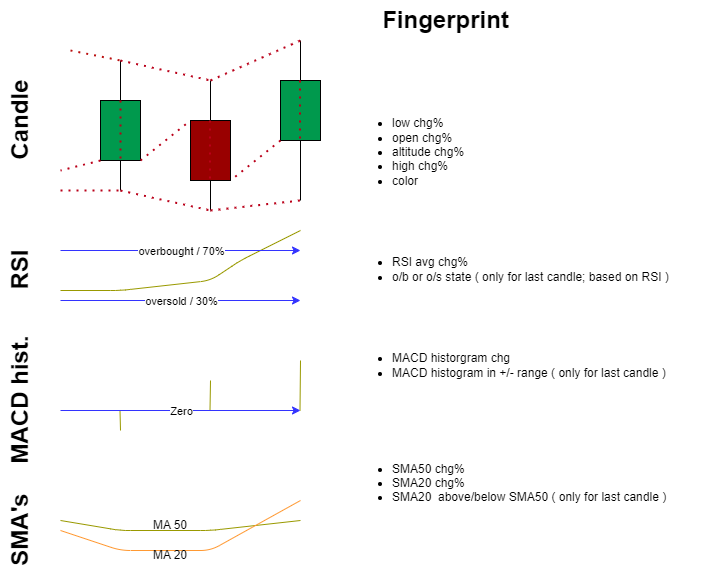
Above: fingerprint_factors.png in LallerH/Stock-Price-Forecast-Tool (draw.io), before the change. Source tidied: cells renumbered, new cells last; positions are measured from the earlier drawing's top-left corner, leaving out a move shared by most shapes. Source of this version:
```xml
<mxGraphModel>
  <root>
    <mxCell id="0" />
    <mxCell id="1" parent="0" />
    <mxCell id="2" style="rounded=0;whiteSpace=wrap;html=1;fillColor=#00994D;" parent="1" vertex="1">
      <mxGeometry x="130" y="100" width="40" height="60" as="geometry" />
    </mxCell>
    <mxCell id="3" style="endArrow=none;html=1;exitX=0.5;exitY=1;exitDx=0;exitDy=0;" parent="1" edge="1" source="2">
      <mxGeometry relative="1" as="geometry">
        <mxPoint x="150" y="190" as="targetPoint" />
      </mxGeometry>
    </mxCell>
    <mxCell id="4" style="endArrow=none;html=1;exitX=0.5;exitY=0;exitDx=0;exitDy=0;" parent="1" edge="1" source="2">
      <mxGeometry relative="1" as="geometry">
        <mxPoint x="150" y="60" as="targetPoint" />
      </mxGeometry>
    </mxCell>
    <mxCell id="5" style="rounded=0;whiteSpace=wrap;html=1;fillColor=#990000;" parent="1" vertex="1">
      <mxGeometry x="220" y="120" width="40" height="60" as="geometry" />
    </mxCell>
    <mxCell id="6" style="endArrow=none;html=1;exitX=0.5;exitY=1;exitDx=0;exitDy=0;" parent="1" edge="1" source="5">
      <mxGeometry relative="1" as="geometry">
        <mxPoint x="240" y="210" as="targetPoint" />
      </mxGeometry>
    </mxCell>
    <mxCell id="7" style="endArrow=none;html=1;exitX=0.5;exitY=0;exitDx=0;exitDy=0;" parent="1" edge="1" source="5">
      <mxGeometry relative="1" as="geometry">
        <mxPoint x="240" y="80" as="targetPoint" />
      </mxGeometry>
    </mxCell>
    <mxCell id="8" style="rounded=0;whiteSpace=wrap;html=1;fillColor=#00994D;" parent="1" vertex="1">
      <mxGeometry x="310" y="80" width="40" height="60" as="geometry" />
    </mxCell>
    <mxCell id="9" style="endArrow=none;html=1;exitX=0.5;exitY=1;exitDx=0;exitDy=0;" parent="1" edge="1" source="8">
      <mxGeometry relative="1" as="geometry">
        <mxPoint x="330" y="200" as="targetPoint" />
      </mxGeometry>
    </mxCell>
    <mxCell id="10" style="endArrow=none;html=1;exitX=0.5;exitY=0;exitDx=0;exitDy=0;" parent="1" edge="1" source="8">
      <mxGeometry relative="1" as="geometry">
        <mxPoint x="330" y="40" as="targetPoint" />
      </mxGeometry>
    </mxCell>
    <mxCell id="11" style="endArrow=none;dashed=1;html=1;dashPattern=1 3;strokeWidth=2;fillColor=#BF0208;strokeColor=#BA0F0F;" parent="1" edge="1">
      <mxGeometry relative="1" as="geometry">
        <mxPoint x="100" y="50" as="sourcePoint" />
        <mxPoint x="150" y="60" as="targetPoint" />
      </mxGeometry>
    </mxCell>
    <mxCell id="12" style="endArrow=none;dashed=1;html=1;dashPattern=1 3;strokeWidth=2;fillColor=#BF0208;strokeColor=#BA0019;" parent="1" edge="1">
      <mxGeometry relative="1" as="geometry">
        <mxPoint x="90" y="190" as="sourcePoint" />
        <mxPoint x="150" y="190" as="targetPoint" />
      </mxGeometry>
    </mxCell>
    <mxCell id="13" style="endArrow=none;dashed=1;html=1;dashPattern=1 3;strokeWidth=2;fillColor=#BF0208;strokeColor=#BA0019;" parent="1" edge="1">
      <mxGeometry relative="1" as="geometry">
        <mxPoint x="150" y="190" as="sourcePoint" />
        <mxPoint x="240" y="210" as="targetPoint" />
      </mxGeometry>
    </mxCell>
    <mxCell id="14" style="endArrow=none;dashed=1;html=1;dashPattern=1 3;strokeWidth=2;fillColor=#BF0208;strokeColor=#BA0019;" parent="1" edge="1">
      <mxGeometry relative="1" as="geometry">
        <mxPoint x="150" y="60" as="sourcePoint" />
        <mxPoint x="240" y="80" as="targetPoint" />
      </mxGeometry>
    </mxCell>
    <mxCell id="15" style="endArrow=none;dashed=1;html=1;dashPattern=1 3;strokeWidth=2;fillColor=#BF0208;strokeColor=#BA0019;" parent="1" edge="1">
      <mxGeometry relative="1" as="geometry">
        <mxPoint x="240" y="80" as="sourcePoint" />
        <mxPoint x="330" y="40" as="targetPoint" />
      </mxGeometry>
    </mxCell>
    <mxCell id="16" style="endArrow=none;dashed=1;html=1;dashPattern=1 3;strokeWidth=2;fillColor=#BF0208;strokeColor=#BA0019;" parent="1" edge="1">
      <mxGeometry relative="1" as="geometry">
        <mxPoint x="240" y="210" as="sourcePoint" />
        <mxPoint x="330" y="200" as="targetPoint" />
      </mxGeometry>
    </mxCell>
    <mxCell id="17" style="endArrow=none;dashed=1;html=1;dashPattern=1 3;strokeWidth=2;fillColor=#BF0208;strokeColor=#BA0019;exitX=1;exitY=1;exitDx=0;exitDy=0;entryX=0;entryY=0;entryDx=0;entryDy=0;" parent="1" edge="1" source="2" target="5">
      <mxGeometry relative="1" as="geometry" />
    </mxCell>
    <mxCell id="18" style="endArrow=none;dashed=1;html=1;dashPattern=1 3;strokeWidth=2;fillColor=#BF0208;strokeColor=#BA0019;exitX=0;exitY=1;exitDx=0;exitDy=0;entryX=1;entryY=1;entryDx=0;entryDy=0;" parent="1" edge="1" source="8" target="5">
      <mxGeometry relative="1" as="geometry" />
    </mxCell>
    <mxCell id="19" style="endArrow=none;dashed=1;html=1;dashPattern=1 3;strokeWidth=2;fillColor=#BF0208;strokeColor=#BA0019;exitX=0;exitY=1;exitDx=0;exitDy=0;" parent="1" edge="1" source="2">
      <mxGeometry relative="1" as="geometry">
        <mxPoint x="90" y="170" as="targetPoint" />
      </mxGeometry>
    </mxCell>
    <mxCell id="20" style="endArrow=none;dashed=1;html=1;dashPattern=1 3;strokeWidth=2;fillColor=#BF0208;strokeColor=#BA0019;exitX=0.5;exitY=0;exitDx=0;exitDy=0;entryX=0.5;entryY=1;entryDx=0;entryDy=0;" parent="1" edge="1" source="2" target="2">
      <mxGeometry relative="1" as="geometry" />
    </mxCell>
    <mxCell id="21" style="endArrow=none;dashed=1;html=1;dashPattern=1 3;strokeWidth=2;fillColor=#BF0208;strokeColor=#BA0019;exitX=0.5;exitY=0;exitDx=0;exitDy=0;entryX=0.5;entryY=1;entryDx=0;entryDy=0;" parent="1" edge="1">
      <mxGeometry relative="1" as="geometry">
        <mxPoint x="239.5" y="120" as="sourcePoint" />
        <mxPoint x="239.5" y="180" as="targetPoint" />
      </mxGeometry>
    </mxCell>
    <mxCell id="22" style="endArrow=none;dashed=1;html=1;dashPattern=1 3;strokeWidth=2;fillColor=#BF0208;strokeColor=#BA0019;exitX=0.5;exitY=0;exitDx=0;exitDy=0;entryX=0.5;entryY=1;entryDx=0;entryDy=0;" parent="1" edge="1">
      <mxGeometry relative="1" as="geometry">
        <mxPoint x="329.5" y="80" as="sourcePoint" />
        <mxPoint x="329.5" y="140" as="targetPoint" />
      </mxGeometry>
    </mxCell>
    <mxCell id="23" value="&lt;ul&gt;&lt;li&gt;low chg%&lt;/li&gt;&lt;li&gt;open chg%&lt;/li&gt;&lt;li&gt;altitude chg%&lt;/li&gt;&lt;li&gt;high chg%&lt;/li&gt;&lt;li&gt;color&lt;/li&gt;&lt;/ul&gt;&lt;div&gt;&lt;br&gt;&lt;/div&gt;&lt;div&gt;&lt;br&gt;&lt;/div&gt;&lt;div&gt;&lt;span style=&quot;&quot;&gt;&#9;&lt;/span&gt;&lt;br&gt;&lt;/div&gt;&lt;ul&gt;&lt;li&gt;RSI avg chg%&lt;/li&gt;&lt;li&gt;o/b or o/s state ( only for last candle; based on RSI )&lt;/li&gt;&lt;/ul&gt;&lt;div&gt;&lt;br&gt;&lt;/div&gt;&lt;div&gt;&lt;br&gt;&lt;/div&gt;&lt;div&gt;&lt;br&gt;&lt;/div&gt;&lt;div&gt;&lt;ul&gt;&lt;li&gt;MACD historgram chg&lt;/li&gt;&lt;li&gt;MACD histogram in +/- range ( only for last candle )&lt;/li&gt;&lt;/ul&gt;&lt;div&gt;&lt;br&gt;&lt;/div&gt;&lt;/div&gt;&lt;div&gt;&lt;br&gt;&lt;/div&gt;&lt;div&gt;&lt;br&gt;&lt;/div&gt;&lt;div&gt;&lt;br&gt;&lt;/div&gt;&lt;div&gt;&lt;ul&gt;&lt;li&gt;SMA50 chg%&lt;/li&gt;&lt;li&gt;SMA20 chg%&lt;/li&gt;&lt;li&gt;SMA20&amp;nbsp; above/below SMA50 ( only for last candle )&lt;/li&gt;&lt;/ul&gt;&lt;/div&gt;" style="text;strokeColor=none;fillColor=none;html=1;whiteSpace=wrap;verticalAlign=middle;overflow=hidden;" parent="1" vertex="1">
      <mxGeometry x="380" y="40" width="350" height="540" as="geometry" />
    </mxCell>
    <mxCell id="24" value="Fingerprint" style="text;strokeColor=none;fillColor=none;html=1;fontSize=24;fontStyle=1;verticalAlign=middle;align=center;" parent="1" vertex="1">
      <mxGeometry x="400" width="150" height="40" as="geometry" />
    </mxCell>
    <mxCell id="25" value="Candle" style="text;strokeColor=none;fillColor=none;html=1;fontSize=24;fontStyle=1;verticalAlign=middle;align=center;rotation=270;" parent="1" vertex="1">
      <mxGeometry y="100" width="100" height="40" as="geometry" />
    </mxCell>
    <mxCell id="26" value="RSI" style="text;strokeColor=none;fillColor=none;html=1;fontSize=24;fontStyle=1;verticalAlign=middle;align=center;rotation=270;" parent="1" vertex="1">
      <mxGeometry y="250" width="100" height="40" as="geometry" />
    </mxCell>
    <mxCell id="27" style="endArrow=none;html=1;strokeColor=#999900;" parent="1" edge="1">
      <mxGeometry relative="1" as="geometry">
        <mxPoint x="90" y="290" as="sourcePoint" />
        <mxPoint x="330" y="230" as="targetPoint" />
        <Array as="points">
          <mxPoint x="150" y="290" />
          <mxPoint x="240" y="280" />
          <mxPoint x="270" y="260" />
        </Array>
      </mxGeometry>
    </mxCell>
    <mxCell id="28" style="endArrow=classic;html=1;fillColor=#0000FF;strokeColor=#3333FF;" parent="1" edge="1">
      <mxGeometry relative="1" as="geometry">
        <mxPoint x="90" y="250" as="sourcePoint" />
        <mxPoint x="330" y="250" as="targetPoint" />
      </mxGeometry>
    </mxCell>
    <mxCell id="29" value="overbought / 70%" style="edgeLabel;html=1;align=center;verticalAlign=middle;strokeColor=#3333FF;" parent="28" vertex="1">
      <mxGeometry relative="1" as="geometry" />
    </mxCell>
    <mxCell id="30" style="endArrow=classic;html=1;strokeColor=#3333FF;fillColor=#3333FF;" parent="1" edge="1">
      <mxGeometry relative="1" as="geometry">
        <mxPoint x="90" y="300" as="sourcePoint" />
        <mxPoint x="330" y="300" as="targetPoint" />
      </mxGeometry>
    </mxCell>
    <mxCell id="31" value="oversold / 30%" style="edgeLabel;html=1;align=center;verticalAlign=middle;" parent="30" vertex="1">
      <mxGeometry relative="1" as="geometry" />
    </mxCell>
    <mxCell id="32" value="MACD hist." style="text;strokeColor=none;fillColor=none;html=1;fontSize=24;fontStyle=1;verticalAlign=middle;align=center;rotation=270;" parent="1" vertex="1">
      <mxGeometry x="10" y="380" width="80" height="40" as="geometry" />
    </mxCell>
    <mxCell id="33" style="endArrow=none;html=1;strokeColor=#999900;fillColor=#3333FF;" parent="1" edge="1">
      <mxGeometry relative="1" as="geometry">
        <mxPoint x="149.5" y="410" as="sourcePoint" />
        <mxPoint x="150" y="430" as="targetPoint" />
      </mxGeometry>
    </mxCell>
    <mxCell id="34" style="endArrow=none;html=1;strokeColor=#999900;fillColor=#3333FF;" parent="1" edge="1">
      <mxGeometry relative="1" as="geometry">
        <mxPoint x="239.5" y="410" as="sourcePoint" />
        <mxPoint x="240" y="380" as="targetPoint" />
      </mxGeometry>
    </mxCell>
    <mxCell id="35" style="endArrow=none;html=1;strokeColor=#999900;fillColor=#3333FF;" parent="1" edge="1">
      <mxGeometry relative="1" as="geometry">
        <mxPoint x="329.5" y="410" as="sourcePoint" />
        <mxPoint x="330" y="360" as="targetPoint" />
      </mxGeometry>
    </mxCell>
    <mxCell id="36" style="endArrow=classic;html=1;strokeColor=#3333FF;fillColor=#3333FF;" parent="1" edge="1">
      <mxGeometry relative="1" as="geometry">
        <mxPoint x="90" y="410" as="sourcePoint" />
        <mxPoint x="330" y="410" as="targetPoint" />
      </mxGeometry>
    </mxCell>
    <mxCell id="37" value="Zero" style="edgeLabel;html=1;align=center;verticalAlign=middle;strokeColor=#3333FF;" parent="36" vertex="1">
      <mxGeometry relative="1" as="geometry" />
    </mxCell>
    <mxCell id="38" value="SMA's" style="text;strokeColor=none;fillColor=none;html=1;fontSize=24;fontStyle=1;verticalAlign=middle;align=center;rotation=270;" parent="1" vertex="1">
      <mxGeometry y="510" width="100" height="40" as="geometry" />
    </mxCell>
    <mxCell id="39" style="endArrow=none;html=1;strokeColor=#999900;" parent="1" edge="1">
      <mxGeometry relative="1" as="geometry">
        <mxPoint x="90" y="520" as="sourcePoint" />
        <mxPoint x="330" y="520" as="targetPoint" />
        <Array as="points">
          <mxPoint x="150" y="530" />
          <mxPoint x="240" y="530" />
        </Array>
      </mxGeometry>
    </mxCell>
    <mxCell id="40" style="endArrow=none;html=1;strokeColor=#FF9933;" parent="1" edge="1">
      <mxGeometry relative="1" as="geometry">
        <mxPoint x="90" y="530" as="sourcePoint" />
        <mxPoint x="330" y="500" as="targetPoint" />
        <Array as="points">
          <mxPoint x="150" y="550" />
          <mxPoint x="240" y="550" />
        </Array>
      </mxGeometry>
    </mxCell>
    <mxCell id="41" value="MA 50" style="text;html=1;strokeColor=none;fillColor=none;align=center;verticalAlign=middle;whiteSpace=wrap;rounded=0;" parent="1" vertex="1">
      <mxGeometry x="170" y="510" width="60" height="30" as="geometry" />
    </mxCell>
    <mxCell id="42" value="MA 20" style="text;html=1;strokeColor=none;fillColor=none;align=center;verticalAlign=middle;whiteSpace=wrap;rounded=0;" parent="1" vertex="1">
      <mxGeometry x="170" y="540" width="60" height="30" as="geometry" />
    </mxCell>
  </root>
</mxGraphModel>
```
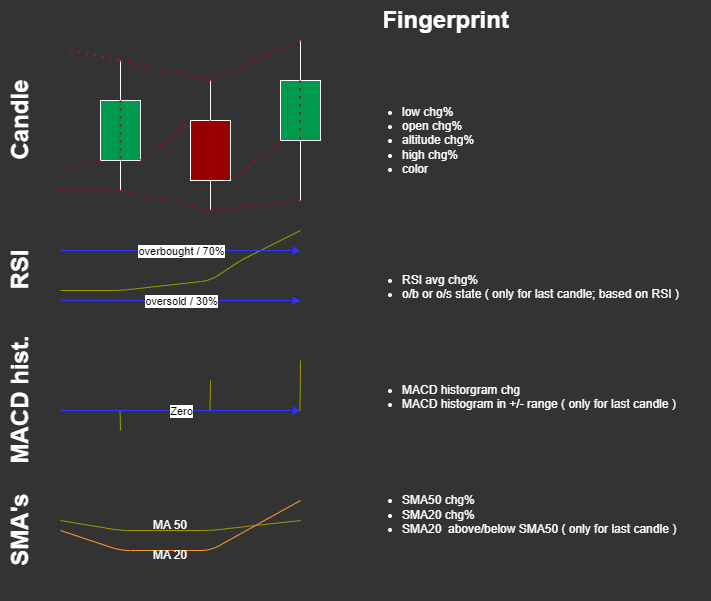
After the change.

The edit, as a diff of the source:
```diff
@@ -1,42 +1,42 @@
-<mxGraphModel>
+<mxGraphModel background="#333333">
   <root>
     <mxCell id="0" />
     <mxCell id="1" parent="0" />
-    <mxCell id="2" style="rounded=0;whiteSpace=wrap;html=1;fillColor=#00994D;" parent="1" vertex="1">
+    <mxCell id="2" style="rounded=0;whiteSpace=wrap;html=1;fillColor=#00994D;strokeColor=#FFFFFF;" parent="1" vertex="1">
       <mxGeometry x="130" y="100" width="40" height="60" as="geometry" />
     </mxCell>
-    <mxCell id="3" style="endArrow=none;html=1;exitX=0.5;exitY=1;exitDx=0;exitDy=0;" parent="1" edge="1" source="2">
+    <mxCell id="3" style="endArrow=none;html=1;exitX=0.5;exitY=1;exitDx=0;exitDy=0;strokeColor=#FFFFFF;" parent="1" edge="1" source="2">
       <mxGeometry relative="1" as="geometry">
         <mxPoint x="150" y="190" as="targetPoint" />
       </mxGeometry>
     </mxCell>
-    <mxCell id="4" style="endArrow=none;html=1;exitX=0.5;exitY=0;exitDx=0;exitDy=0;" parent="1" edge="1" source="2">
+    <mxCell id="4" style="endArrow=none;html=1;exitX=0.5;exitY=0;exitDx=0;exitDy=0;strokeColor=#FFFFFF;" parent="1" edge="1" source="2">
       <mxGeometry relative="1" as="geometry">
         <mxPoint x="150" y="60" as="targetPoint" />
       </mxGeometry>
     </mxCell>
-    <mxCell id="5" style="rounded=0;whiteSpace=wrap;html=1;fillColor=#990000;" parent="1" vertex="1">
+    <mxCell id="5" style="rounded=0;whiteSpace=wrap;html=1;fillColor=#990000;strokeColor=#FFFFFF;" parent="1" vertex="1">
       <mxGeometry x="220" y="120" width="40" height="60" as="geometry" />
     </mxCell>
-    <mxCell id="6" style="endArrow=none;html=1;exitX=0.5;exitY=1;exitDx=0;exitDy=0;" parent="1" edge="1" source="5">
+    <mxCell id="6" style="endArrow=none;html=1;exitX=0.5;exitY=1;exitDx=0;exitDy=0;strokeColor=#FFFFFF;" parent="1" edge="1" source="5">
       <mxGeometry relative="1" as="geometry">
         <mxPoint x="240" y="210" as="targetPoint" />
       </mxGeometry>
     </mxCell>
-    <mxCell id="7" style="endArrow=none;html=1;exitX=0.5;exitY=0;exitDx=0;exitDy=0;" parent="1" edge="1" source="5">
+    <mxCell id="7" style="endArrow=none;html=1;exitX=0.5;exitY=0;exitDx=0;exitDy=0;strokeColor=#FFFFFF;" parent="1" edge="1" source="5">
       <mxGeometry relative="1" as="geometry">
         <mxPoint x="240" y="80" as="targetPoint" />
       </mxGeometry>
     </mxCell>
-    <mxCell id="8" style="rounded=0;whiteSpace=wrap;html=1;fillColor=#00994D;" parent="1" vertex="1">
+    <mxCell id="8" style="rounded=0;whiteSpace=wrap;html=1;fillColor=#00994D;strokeColor=#FFFFFF;" parent="1" vertex="1">
       <mxGeometry x="310" y="80" width="40" height="60" as="geometry" />
     </mxCell>
-    <mxCell id="9" style="endArrow=none;html=1;exitX=0.5;exitY=1;exitDx=0;exitDy=0;" parent="1" edge="1" source="8">
+    <mxCell id="9" style="endArrow=none;html=1;exitX=0.5;exitY=1;exitDx=0;exitDy=0;strokeColor=#FFFFFF;" parent="1" edge="1" source="8">
       <mxGeometry relative="1" as="geometry">
         <mxPoint x="330" y="200" as="targetPoint" />
       </mxGeometry>
     </mxCell>
-    <mxCell id="10" style="endArrow=none;html=1;exitX=0.5;exitY=0;exitDx=0;exitDy=0;" parent="1" edge="1" source="8">
+    <mxCell id="10" style="endArrow=none;html=1;exitX=0.5;exitY=0;exitDx=0;exitDy=0;strokeColor=#FFFFFF;" parent="1" edge="1" source="8">
       <mxGeometry relative="1" as="geometry">
         <mxPoint x="330" y="40" as="targetPoint" />
       </mxGeometry>
@@ -103,16 +103,16 @@
         <mxPoint x="329.5" y="140" as="targetPoint" />
       </mxGeometry>
     </mxCell>
-    <mxCell id="23" value="&lt;ul&gt;&lt;li&gt;low chg%&lt;/li&gt;&lt;li&gt;open chg%&lt;/li&gt;&lt;li&gt;altitude chg%&lt;/li&gt;&lt;li&gt;high chg%&lt;/li&gt;&lt;li&gt;color&lt;/li&gt;&lt;/ul&gt;&lt;div&gt;&lt;br&gt;&lt;/div&gt;&lt;div&gt;&lt;br&gt;&lt;/div&gt;&lt;div&gt;&lt;span style=&quot;&quot;&gt;&#9;&lt;/span&gt;&lt;br&gt;&lt;/div&gt;&lt;ul&gt;&lt;li&gt;RSI avg chg%&lt;/li&gt;&lt;li&gt;o/b or o/s state ( only for last candle; based on RSI )&lt;/li&gt;&lt;/ul&gt;&lt;div&gt;&lt;br&gt;&lt;/div&gt;&lt;div&gt;&lt;br&gt;&lt;/div&gt;&lt;div&gt;&lt;br&gt;&lt;/div&gt;&lt;div&gt;&lt;ul&gt;&lt;li&gt;MACD historgram chg&lt;/li&gt;&lt;li&gt;MACD histogram in +/- range ( only for last candle )&lt;/li&gt;&lt;/ul&gt;&lt;div&gt;&lt;br&gt;&lt;/div&gt;&lt;/div&gt;&lt;div&gt;&lt;br&gt;&lt;/div&gt;&lt;div&gt;&lt;br&gt;&lt;/div&gt;&lt;div&gt;&lt;br&gt;&lt;/div&gt;&lt;div&gt;&lt;ul&gt;&lt;li&gt;SMA50 chg%&lt;/li&gt;&lt;li&gt;SMA20 chg%&lt;/li&gt;&lt;li&gt;SMA20&amp;nbsp; above/below SMA50 ( only for last candle )&lt;/li&gt;&lt;/ul&gt;&lt;/div&gt;" style="text;strokeColor=none;fillColor=none;html=1;whiteSpace=wrap;verticalAlign=middle;overflow=hidden;" parent="1" vertex="1">
-      <mxGeometry x="380" y="40" width="350" height="540" as="geometry" />
+    <mxCell id="23" value="&lt;ul&gt;&lt;li&gt;low chg%&lt;/li&gt;&lt;li&gt;open chg%&lt;/li&gt;&lt;li&gt;altitude chg%&lt;/li&gt;&lt;li&gt;high chg%&lt;/li&gt;&lt;li&gt;color&lt;/li&gt;&lt;/ul&gt;&lt;div&gt;&lt;br&gt;&lt;/div&gt;&lt;div&gt;&lt;br&gt;&lt;/div&gt;&lt;div&gt;&lt;br&gt;&lt;/div&gt;&lt;div&gt;&lt;br&gt;&lt;/div&gt;&lt;div&gt;&lt;span style=&quot;&quot;&gt;&#9;&lt;/span&gt;&lt;br&gt;&lt;/div&gt;&lt;ul&gt;&lt;li&gt;RSI avg chg%&lt;/li&gt;&lt;li&gt;o/b or o/s state ( only for last candle; based on RSI )&lt;/li&gt;&lt;/ul&gt;&lt;div&gt;&lt;br&gt;&lt;/div&gt;&lt;div&gt;&lt;br&gt;&lt;/div&gt;&lt;div&gt;&lt;br&gt;&lt;/div&gt;&lt;div&gt;&lt;br&gt;&lt;/div&gt;&lt;div&gt;&lt;ul&gt;&lt;li&gt;MACD historgram chg&lt;/li&gt;&lt;li&gt;MACD histogram in +/- range ( only for last candle )&lt;/li&gt;&lt;/ul&gt;&lt;div&gt;&lt;br&gt;&lt;/div&gt;&lt;/div&gt;&lt;div&gt;&lt;br&gt;&lt;/div&gt;&lt;div&gt;&lt;br&gt;&lt;/div&gt;&lt;div&gt;&lt;br&gt;&lt;/div&gt;&lt;div&gt;&lt;ul&gt;&lt;li&gt;SMA50 chg%&lt;/li&gt;&lt;li&gt;SMA20 chg%&lt;/li&gt;&lt;li&gt;SMA20&amp;nbsp; above/below SMA50 ( only for last candle )&lt;/li&gt;&lt;/ul&gt;&lt;/div&gt;" style="text;html=1;whiteSpace=wrap;verticalAlign=middle;overflow=hidden;fontColor=#FFFFFF;" parent="1" vertex="1">
+      <mxGeometry x="390" y="40" width="350" height="560" as="geometry" />
     </mxCell>
-    <mxCell id="24" value="Fingerprint" style="text;strokeColor=none;fillColor=none;html=1;fontSize=24;fontStyle=1;verticalAlign=middle;align=center;" parent="1" vertex="1">
+    <mxCell id="24" value="Fingerprint" style="text;html=1;fontSize=24;fontStyle=1;verticalAlign=middle;align=center;fontColor=#FFFFFF;" parent="1" vertex="1">
       <mxGeometry x="400" width="150" height="40" as="geometry" />
     </mxCell>
-    <mxCell id="25" value="Candle" style="text;strokeColor=none;fillColor=none;html=1;fontSize=24;fontStyle=1;verticalAlign=middle;align=center;rotation=270;" parent="1" vertex="1">
+    <mxCell id="25" value="Candle" style="text;html=1;fontSize=24;fontStyle=1;verticalAlign=middle;align=center;rotation=270;fontColor=#FFFFFF;" parent="1" vertex="1">
       <mxGeometry y="100" width="100" height="40" as="geometry" />
     </mxCell>
-    <mxCell id="26" value="RSI" style="text;strokeColor=none;fillColor=none;html=1;fontSize=24;fontStyle=1;verticalAlign=middle;align=center;rotation=270;" parent="1" vertex="1">
+    <mxCell id="26" value="RSI" style="text;html=1;fontSize=24;fontStyle=1;verticalAlign=middle;align=center;rotation=270;fontColor=#FFFFFF;" parent="1" vertex="1">
       <mxGeometry y="250" width="100" height="40" as="geometry" />
     </mxCell>
     <mxCell id="27" style="endArrow=none;html=1;strokeColor=#999900;" parent="1" edge="1">
@@ -132,7 +132,7 @@
         <mxPoint x="330" y="250" as="targetPoint" />
       </mxGeometry>
     </mxCell>
-    <mxCell id="29" value="overbought / 70%" style="edgeLabel;html=1;align=center;verticalAlign=middle;strokeColor=#3333FF;" parent="28" vertex="1">
+    <mxCell id="29" value="overbought / 70%" style="edgeLabel;html=1;align=center;verticalAlign=middle;strokeColor=#FFFFFF;fillColor=#FFFFFF;" parent="28" vertex="1">
       <mxGeometry relative="1" as="geometry" />
     </mxCell>
     <mxCell id="30" style="endArrow=classic;html=1;strokeColor=#3333FF;fillColor=#3333FF;" parent="1" edge="1">
@@ -141,10 +141,10 @@
         <mxPoint x="330" y="300" as="targetPoint" />
       </mxGeometry>
     </mxCell>
-    <mxCell id="31" value="oversold / 30%" style="edgeLabel;html=1;align=center;verticalAlign=middle;" parent="30" vertex="1">
+    <mxCell id="31" value="oversold / 30%" style="edgeLabel;html=1;align=center;verticalAlign=middle;strokeColor=#FFFFFF;fillColor=#FFFFFF;" parent="30" vertex="1">
       <mxGeometry relative="1" as="geometry" />
     </mxCell>
-    <mxCell id="32" value="MACD hist." style="text;strokeColor=none;fillColor=none;html=1;fontSize=24;fontStyle=1;verticalAlign=middle;align=center;rotation=270;" parent="1" vertex="1">
+    <mxCell id="32" value="MACD hist." style="text;html=1;fontSize=24;fontStyle=1;verticalAlign=middle;align=center;rotation=270;fontColor=#FFFFFF;" parent="1" vertex="1">
       <mxGeometry x="10" y="380" width="80" height="40" as="geometry" />
     </mxCell>
     <mxCell id="33" style="endArrow=none;html=1;strokeColor=#999900;fillColor=#3333FF;" parent="1" edge="1">
@@ -171,10 +171,10 @@
         <mxPoint x="330" y="410" as="targetPoint" />
       </mxGeometry>
     </mxCell>
-    <mxCell id="37" value="Zero" style="edgeLabel;html=1;align=center;verticalAlign=middle;strokeColor=#3333FF;" parent="36" vertex="1">
+    <mxCell id="37" value="Zero" style="edgeLabel;html=1;align=center;verticalAlign=middle;strokeColor=#FFFFFF;fillColor=#FFFFFF;" parent="36" vertex="1">
       <mxGeometry relative="1" as="geometry" />
     </mxCell>
-    <mxCell id="38" value="SMA's" style="text;strokeColor=none;fillColor=none;html=1;fontSize=24;fontStyle=1;verticalAlign=middle;align=center;rotation=270;" parent="1" vertex="1">
+    <mxCell id="38" value="SMA's" style="text;strokeColor=none;fillColor=none;html=1;fontSize=24;fontStyle=1;verticalAlign=middle;align=center;rotation=270;fontColor=#FFFFFF;" parent="1" vertex="1">
       <mxGeometry y="510" width="100" height="40" as="geometry" />
     </mxCell>
     <mxCell id="39" style="endArrow=none;html=1;strokeColor=#999900;" parent="1" edge="1">
@@ -197,10 +197,10 @@
         </Array>
       </mxGeometry>
     </mxCell>
-    <mxCell id="41" value="MA 50" style="text;html=1;strokeColor=none;fillColor=none;align=center;verticalAlign=middle;whiteSpace=wrap;rounded=0;" parent="1" vertex="1">
+    <mxCell id="41" value="MA 50" style="text;html=1;strokeColor=none;fillColor=none;align=center;verticalAlign=middle;whiteSpace=wrap;rounded=0;fontColor=#FFFFFF;" parent="1" vertex="1">
       <mxGeometry x="170" y="510" width="60" height="30" as="geometry" />
     </mxCell>
-    <mxCell id="42" value="MA 20" style="text;html=1;strokeColor=none;fillColor=none;align=center;verticalAlign=middle;whiteSpace=wrap;rounded=0;" parent="1" vertex="1">
+    <mxCell id="42" value="MA 20" style="text;html=1;strokeColor=none;fillColor=none;align=center;verticalAlign=middle;whiteSpace=wrap;rounded=0;fontColor=#FFFFFF;" parent="1" vertex="1">
       <mxGeometry x="170" y="540" width="60" height="30" as="geometry" />
     </mxCell>
   </root>
```
